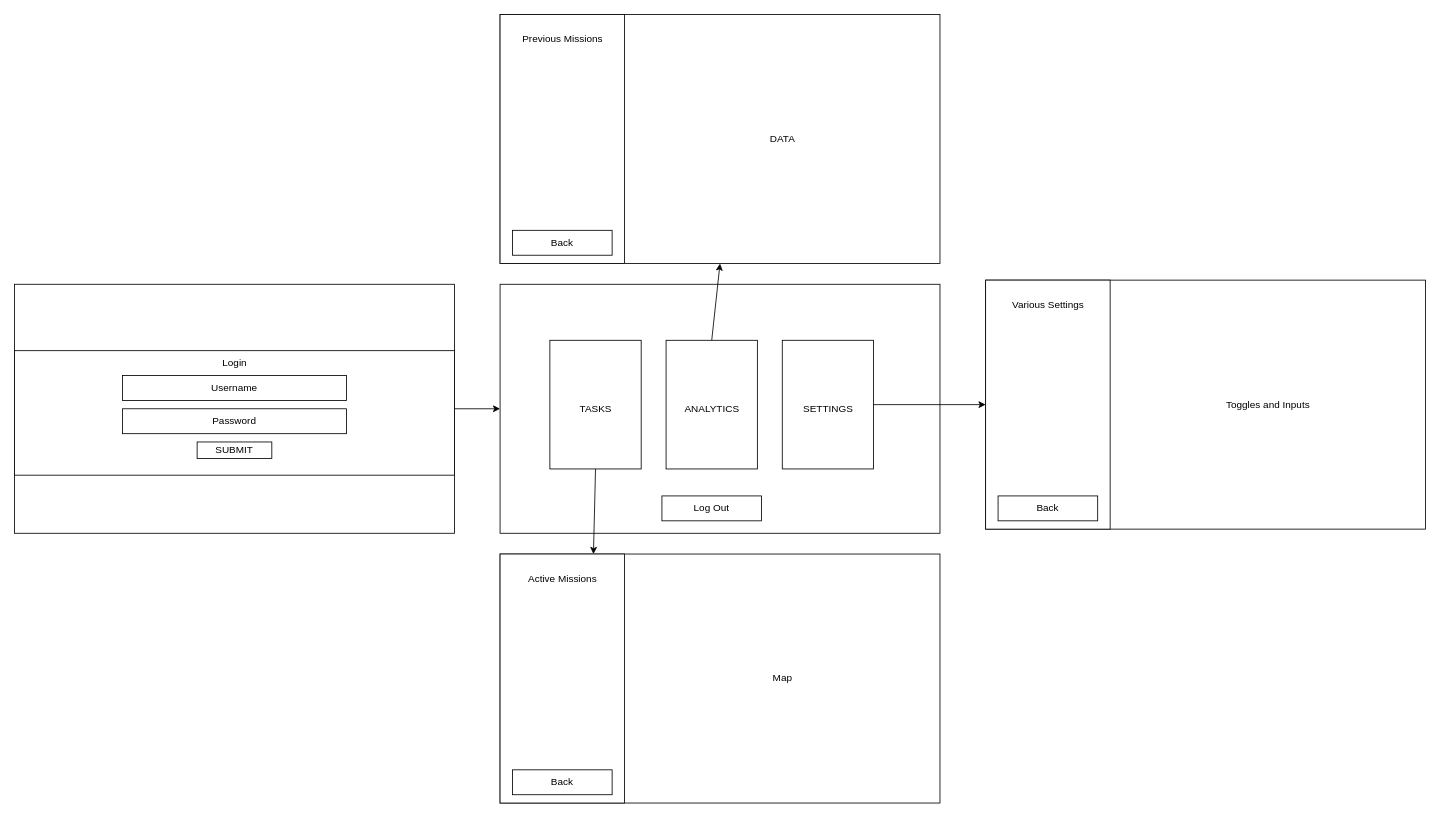
Earlier version of the draw.io diagram WebUI Wireframe.drawio (Interaze/OnTheSpot). Source tidied: cells renumbered, new cells numbered last; positions are measured from the earlier drawing's top-left corner, leaving out a move shared by most shapes. Both pictures are drawn from the tidied source at 83%, with x=0, y=0 at pixel (14, 14).
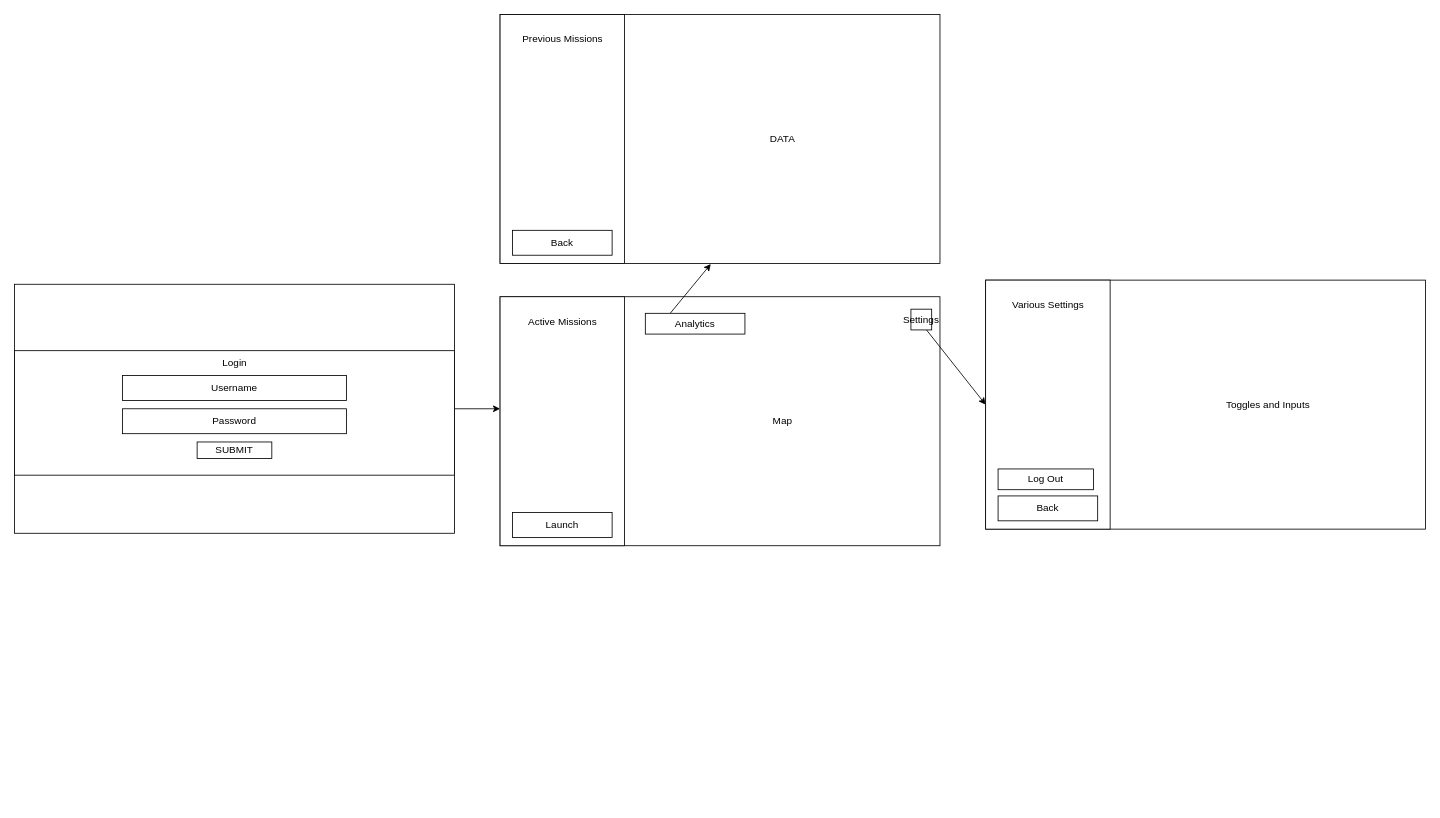
The same page after the edit.

Unchanged cells that the change refers to:
```xml
<mxCell id="8" style="rounded=0;whiteSpace=wrap;html=1;" parent="1" vertex="1">
  <mxGeometry y="325" width="530" height="300" as="geometry" />
</mxCell>
<mxCell id="25" style="rounded=0;whiteSpace=wrap;html=1;" parent="1" vertex="1">
  <mxGeometry x="585" width="530" height="300" as="geometry" />
</mxCell>
<mxCell id="30" style="rounded=0;whiteSpace=wrap;html=1;" parent="1" vertex="1">
  <mxGeometry x="1170" y="320" width="530" height="300" as="geometry" />
</mxCell>
```

Diff of the diagram source:
```diff
@@
     <mxCell id="2" style="rounded=0;whiteSpace=wrap;html=1;" parent="1" vertex="1">
-      <mxGeometry x="585" y="650" width="530" height="300" as="geometry" />
+      <mxGeometry x="585" y="340" width="530" height="300" as="geometry" />
     </mxCell>
     <mxCell id="3" style="rounded=0;whiteSpace=wrap;html=1;" parent="1" vertex="1">
-      <mxGeometry x="585" y="650" width="150" height="300" as="geometry" />
+      <mxGeometry x="585" y="340" width="150" height="300" as="geometry" />
     </mxCell>
     <mxCell id="4" value="Active Missions" style="text;html=1;align=center;verticalAlign=middle;strokeColor=none;fillColor=none;" parent="1" vertex="1">
-      <mxGeometry x="610" y="670" width="100" height="20" as="geometry" />
+      <mxGeometry x="610" y="360" width="100" height="20" as="geometry" />
     </mxCell>
     <mxCell id="5" value="Map" style="text;html=1;align=center;verticalAlign=middle;strokeColor=none;fillColor=none;" parent="1" vertex="1">
-      <mxGeometry x="905" y="790" width="40" height="20" as="geometry" />
+      <mxGeometry x="905" y="480" width="40" height="20" as="geometry" />
     </mxCell>
-    <mxCell id="6" value="Back" style="rounded=0;whiteSpace=wrap;html=1;" parent="1" vertex="1">
-      <mxGeometry x="600" y="910" width="120" height="30" as="geometry" />
+    <mxCell id="6" value="Launch" style="rounded=0;whiteSpace=wrap;html=1;" parent="1" vertex="1">
+      <mxGeometry x="600" y="600" width="120" height="30" as="geometry" />
     </mxCell>
-    <mxCell id="7" style="edgeStyle=none;html=1;exitX=1;exitY=0.5;exitDx=0;exitDy=0;entryX=0;entryY=0.5;entryDx=0;entryDy=0;" parent="1" edge="1" source="8" target="14">
-      <mxGeometry relative="1" as="geometry" />
+    <mxCell id="7" style="edgeStyle=none;html=1;exitX=1;exitY=0.5;exitDx=0;exitDy=0;entryX=0;entryY=0.5;entryDx=0;entryDy=0;" parent="1" edge="1" source="8">
+      <mxGeometry relative="1" as="geometry">
+        <mxPoint x="585" y="475" as="targetPoint" />
+      </mxGeometry>
     </mxCell>
@@
-    <mxCell id="14" style="rounded=0;whiteSpace=wrap;html=1;" parent="1" vertex="1">
-      <mxGeometry x="585" y="325" width="530" height="300" as="geometry" />
-    </mxCell>
-    <mxCell id="15" style="edgeStyle=none;html=1;exitX=0.5;exitY=1;exitDx=0;exitDy=0;entryX=0.75;entryY=0;entryDx=0;entryDy=0;" parent="1" edge="1" source="16" target="3">
-      <mxGeometry relative="1" as="geometry" />
-    </mxCell>
-    <mxCell id="16" style="rounded=0;whiteSpace=wrap;html=1;" parent="1" vertex="1">
-      <mxGeometry x="645" y="392.5" width="110" height="155" as="geometry" />
-    </mxCell>
-    <mxCell id="17" value="TASKS" style="text;html=1;align=center;verticalAlign=middle;strokeColor=none;fillColor=none;" parent="1" vertex="1">
-      <mxGeometry x="675" y="465" width="50" height="20" as="geometry" />
-    </mxCell>
-    <mxCell id="18" value="Log Out" style="rounded=0;whiteSpace=wrap;html=1;" parent="1" vertex="1">
-      <mxGeometry x="780" y="580" width="120" height="30" as="geometry" />
-    </mxCell>
-    <mxCell id="19" style="edgeStyle=none;html=1;exitX=0.5;exitY=0;exitDx=0;exitDy=0;entryX=0.5;entryY=1;entryDx=0;entryDy=0;" parent="1" edge="1" source="20" target="25">
+    <mxCell id="19" style="edgeStyle=none;html=1;exitX=0.25;exitY=0;exitDx=0;exitDy=0;entryX=0.479;entryY=1.002;entryDx=0;entryDy=0;entryPerimeter=0;" parent="1" edge="1" source="36" target="25">
       <mxGeometry relative="1" as="geometry" />
     </mxCell>
-    <mxCell id="20" style="rounded=0;whiteSpace=wrap;html=1;" parent="1" vertex="1">
-      <mxGeometry x="785" y="392.5" width="110" height="155" as="geometry" />
-    </mxCell>
-    <mxCell id="21" style="edgeStyle=none;html=1;exitX=1;exitY=0.5;exitDx=0;exitDy=0;entryX=0;entryY=0.5;entryDx=0;entryDy=0;" parent="1" edge="1" source="22" target="30">
+    <mxCell id="21" style="edgeStyle=none;html=1;exitX=0.75;exitY=1;exitDx=0;exitDy=0;entryX=0;entryY=0.5;entryDx=0;entryDy=0;" parent="1" edge="1" source="35" target="30">
       <mxGeometry relative="1" as="geometry" />
     </mxCell>
-    <mxCell id="22" style="rounded=0;whiteSpace=wrap;html=1;" parent="1" vertex="1">
-      <mxGeometry x="925" y="392.5" width="110" height="155" as="geometry" />
-    </mxCell>
-    <mxCell id="23" value="SETTINGS" style="text;html=1;align=center;verticalAlign=middle;strokeColor=none;fillColor=none;" parent="1" vertex="1">
-      <mxGeometry x="940" y="465" width="80" height="20" as="geometry" />
-    </mxCell>
-    <mxCell id="24" value="ANALYTICS" style="text;html=1;align=center;verticalAlign=middle;strokeColor=none;fillColor=none;" parent="1" vertex="1">
-      <mxGeometry x="800" y="465" width="80" height="20" as="geometry" />
-    </mxCell>
@@
+    <mxCell id="18" value="Log Out" style="rounded=0;whiteSpace=wrap;html=1;" parent="1" vertex="1">
+      <mxGeometry x="1185" y="547.5" width="115" height="25" as="geometry" />
+    </mxCell>
+    <mxCell id="35" value="Settings" style="rounded=0;whiteSpace=wrap;html=1;" parent="1" vertex="1">
+      <mxGeometry x="1080" y="355" width="25" height="25" as="geometry" />
+    </mxCell>
+    <mxCell id="36" value="Analytics" style="rounded=0;whiteSpace=wrap;html=1;" parent="1" vertex="1">
+      <mxGeometry x="760" y="360" width="120" height="25" as="geometry" />
+    </mxCell>
```
